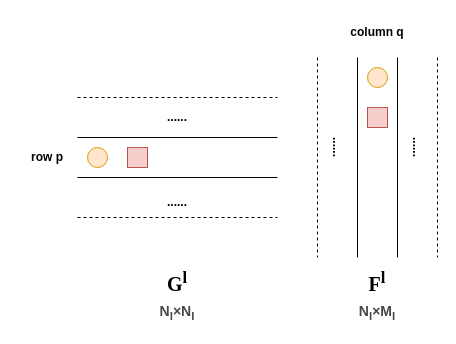
The draw.io diagram 图像风格变换/1.drawio in dropsong/dl-ipynb-examples, before the edit. Source tidied: cells renumbered, new cells numbered last; positions are measured from the earlier drawing's top-left corner, leaving out a move shared by most shapes. Both pictures are drawn from the tidied source at 100%, with x=0, y=0 at pixel (17, 17).
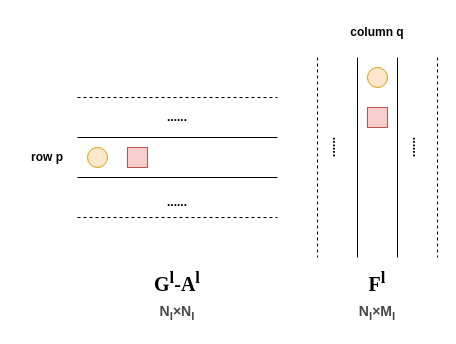
The same page after the edit.

What changed in the source:
```diff
@@
-    <mxCell id="10" value="&lt;font face=&quot;Times New Roman&quot; style=&quot;font-size: 20px;&quot;&gt;&lt;b&gt;G&lt;sup style=&quot;&quot;&gt;l&lt;/sup&gt;&lt;/b&gt;&lt;/font&gt;" style="text;html=1;align=center;verticalAlign=middle;whiteSpace=wrap;rounded=0;" parent="1" vertex="1">
+    <mxCell id="10" value="&lt;font face=&quot;Times New Roman&quot; style=&quot;font-size: 20px;&quot;&gt;&lt;b&gt;G&lt;sup&gt;l&lt;/sup&gt;-A&lt;sup style=&quot;&quot;&gt;l&lt;/sup&gt;&lt;/b&gt;&lt;/font&gt;" style="text;html=1;align=center;verticalAlign=middle;whiteSpace=wrap;rounded=0;" parent="1" vertex="1">
       <mxGeometry x="105" y="230" width="110" height="70" as="geometry" />
     </mxCell>
```
